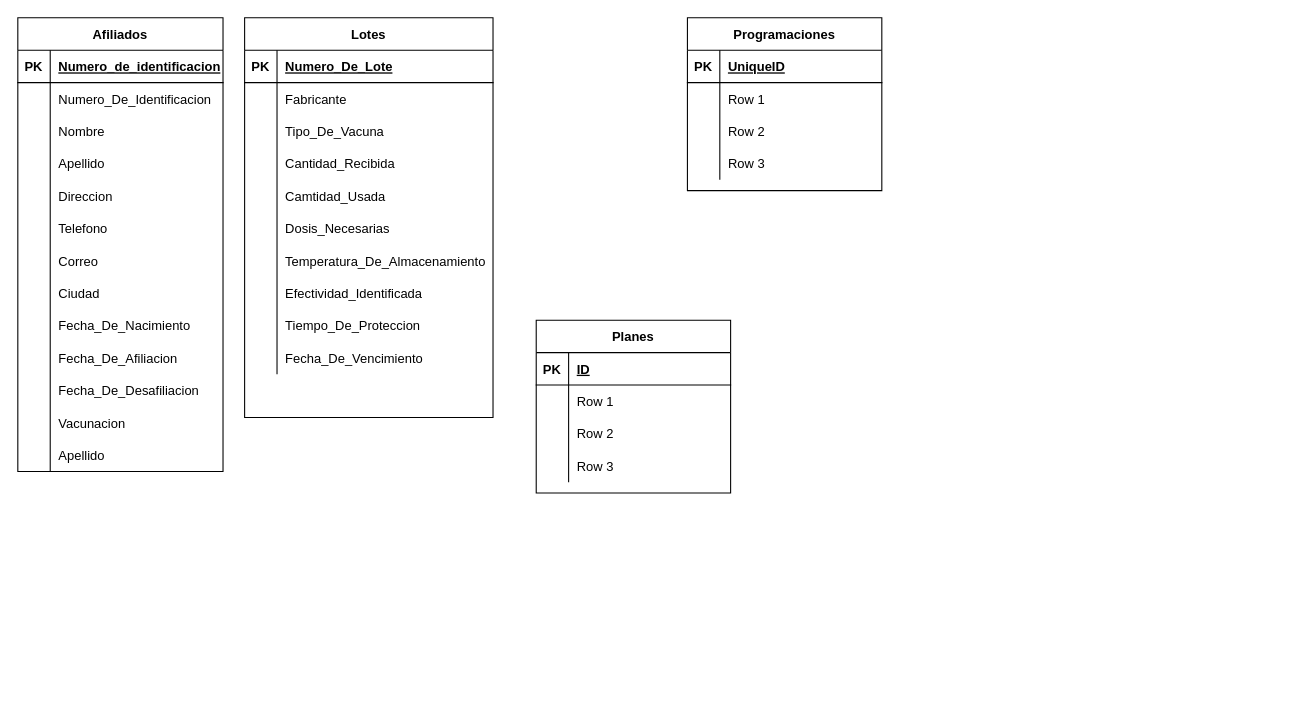
This is SISTEMA DE GESTIÓN DE VACUNACION .drawio from DavHRod/Proyecto-Final-POO-2021-1, a draw.io file, before an edit. Source tidied: cells renumbered, new cells numbered last; positions are measured from the earlier drawing's top-left corner, leaving out a move shared by most shapes. Both pictures are drawn from the tidied source at 108%, with x=0, y=0 at pixel (17, 17).
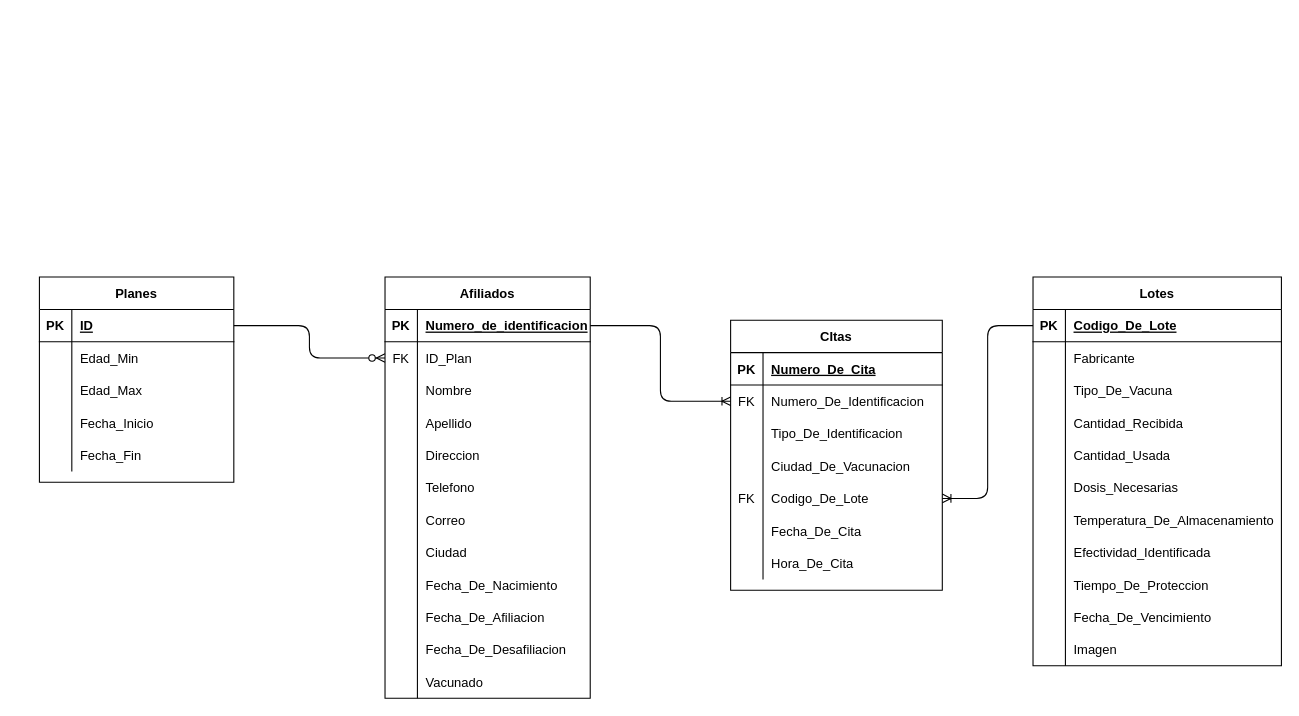
The same diagram, later.

Unchanged cells that the change refers to:
```xml
<mxCell id="3" style="shape=partialRectangle;fillColor=none;top=0;left=0;bottom=1;right=0;points=[[0,0.5],[1,0.5]];portConstraint=eastwest;" parent="2" vertex="1">
  <mxGeometry y="30" width="190" height="30" as="geometry" />
</mxCell>
<mxCell id="6" style="shape=partialRectangle;fillColor=none;top=0;left=0;bottom=0;right=0;points=[[0,0.5],[1,0.5]];portConstraint=eastwest;" parent="2" vertex="1">
  <mxGeometry y="60" width="190" height="30" as="geometry" />
</mxCell>
<mxCell id="36" style="shape=partialRectangle;fillColor=none;top=0;left=0;bottom=0;right=0;" parent="2" vertex="1">
  <mxGeometry y="360" width="190" height="30" as="geometry" />
</mxCell>
<mxCell id="43" style="shape=partialRectangle;fillColor=none;top=0;left=0;bottom=1;right=0;points=[[0,0.5],[1,0.5]];portConstraint=eastwest;" parent="42" vertex="1">
  <mxGeometry y="30" width="230" height="30" as="geometry" />
</mxCell>
<mxCell id="55" style="shape=partialRectangle;fillColor=none;top=0;left=0;bottom=0;right=0;" parent="42" vertex="1">
  <mxGeometry y="150" width="230" height="30" as="geometry" />
</mxCell>
<mxCell id="74" style="shape=partialRectangle;fillColor=none;top=0;left=0;bottom=1;right=0;points=[[0,0.5],[1,0.5]];portConstraint=eastwest;" parent="73" vertex="1">
  <mxGeometry y="30" width="180" height="30" as="geometry" />
</mxCell>
<mxCell id="77" style="shape=partialRectangle;fillColor=none;top=0;left=0;bottom=0;right=0;" parent="73" vertex="1">
  <mxGeometry y="60" width="180" height="30" as="geometry" />
</mxCell>
<mxCell id="80" style="shape=partialRectangle;fillColor=none;top=0;left=0;bottom=0;right=0;" parent="73" vertex="1">
  <mxGeometry y="90" width="180" height="30" as="geometry" />
</mxCell>
<mxCell id="83" style="shape=partialRectangle;fillColor=none;top=0;left=0;bottom=0;right=0;" parent="73" vertex="1">
  <mxGeometry y="120" width="180" height="30" as="geometry" />
</mxCell>
```

Change to the diagram source:
```diff
@@
     <mxCell id="2" value="Afiliados" style="shape=table;startSize=30;childLayout=tableLayout;rowLines=0;fontStyle=1;align=center;" parent="1" vertex="1">
-      <mxGeometry width="190" height="420" as="geometry" />
+      <mxGeometry x="340" y="240" width="190" height="390" as="geometry" />
     </mxCell>
@@
-    <mxCell id="7" style="shape=partialRectangle;fillColor=none;top=0;left=0;bottom=0;right=0;overflow=hidden;" parent="6" vertex="1">
-      <mxGeometry width="30" height="30" as="geometry" />
-    </mxCell>
-    <mxCell id="8" value="Numero_De_Identificacion" style="shape=partialRectangle;fillColor=none;top=0;left=0;bottom=0;right=0;align=left;spacingLeft=6;overflow=hidden;" parent="6" vertex="1">
-      <mxGeometry x="30" width="160" height="30" as="geometry" />
-    </mxCell>
+    <mxCell id="99" value="FK" style="shape=partialRectangle;fillColor=none;top=0;left=0;bottom=0;right=0;overflow=hidden;" parent="6" vertex="1">
+      <mxGeometry width="30" height="30" as="geometry" />
+    </mxCell>
+    <mxCell id="100" value="ID_Plan" style="shape=partialRectangle;fillColor=none;top=0;left=0;bottom=0;right=0;align=left;spacingLeft=6;overflow=hidden;" parent="6" vertex="1">
+      <mxGeometry x="30" width="160" height="30" as="geometry" />
+    </mxCell>
@@
-    <mxCell id="38" value="Vacunacion" style="shape=partialRectangle;fillColor=none;top=0;left=0;bottom=0;right=0;align=left;spacingLeft=6;overflow=hidden;" parent="36" vertex="1">
+    <mxCell id="38" value="Vacunado" style="shape=partialRectangle;fillColor=none;top=0;left=0;bottom=0;right=0;align=left;spacingLeft=6;overflow=hidden;" parent="36" vertex="1">
       <mxGeometry x="30" width="160" height="30" as="geometry" />
     </mxCell>
-    <mxCell id="39" style="shape=partialRectangle;fillColor=none;top=0;left=0;bottom=0;right=0;" parent="2" vertex="1">
-      <mxGeometry y="390" width="190" height="30" as="geometry" />
-    </mxCell>
-    <mxCell id="40" style="shape=partialRectangle;fillColor=none;top=0;left=0;bottom=0;right=0;overflow=hidden;" parent="39" vertex="1">
-      <mxGeometry width="30" height="30" as="geometry" />
-    </mxCell>
-    <mxCell id="41" value="Apellido" style="shape=partialRectangle;fillColor=none;top=0;left=0;bottom=0;right=0;align=left;spacingLeft=6;overflow=hidden;" parent="39" vertex="1">
-      <mxGeometry x="30" width="160" height="30" as="geometry" />
-    </mxCell>
     <mxCell id="42" value="Lotes" style="shape=table;startSize=30;childLayout=tableLayout;rowLines=0;fontStyle=1;align=center;" parent="1" vertex="1">
-      <mxGeometry x="210" width="230" height="370" as="geometry" />
+      <mxGeometry x="940" y="240" width="230" height="360" as="geometry" />
     </mxCell>
@@
-    <mxCell id="45" value="Numero_De_Lote" style="shape=partialRectangle;fillColor=none;top=0;left=0;bottom=0;right=0;align=left;spacingLeft=6;fontStyle=5;overflow=hidden;" parent="43" vertex="1">
+    <mxCell id="45" value="Codigo_De_Lote" style="shape=partialRectangle;fillColor=none;top=0;left=0;bottom=0;right=0;align=left;spacingLeft=6;fontStyle=5;overflow=hidden;" parent="43" vertex="1">
       <mxGeometry x="30" width="200" height="30" as="geometry" />
     </mxCell>
@@
-    <mxCell id="57" value="Camtidad_Usada" style="shape=partialRectangle;fillColor=none;top=0;left=0;bottom=0;right=0;align=left;spacingLeft=6;overflow=hidden;" parent="55" vertex="1">
+    <mxCell id="57" value="Cantidad_Usada" style="shape=partialRectangle;fillColor=none;top=0;left=0;bottom=0;right=0;align=left;spacingLeft=6;overflow=hidden;" parent="55" vertex="1">
       <mxGeometry x="30" width="200" height="30" as="geometry" />
     </mxCell>
@@
+    <mxCell id="101" style="shape=partialRectangle;fillColor=none;top=0;left=0;bottom=0;right=0;" parent="42" vertex="1">
+      <mxGeometry y="330" width="230" height="30" as="geometry" />
+    </mxCell>
+    <mxCell id="102" style="shape=partialRectangle;fillColor=none;top=0;left=0;bottom=0;right=0;overflow=hidden;" parent="101" vertex="1">
+      <mxGeometry width="30" height="30" as="geometry" />
+    </mxCell>
+    <mxCell id="103" value="Imagen" style="shape=partialRectangle;fillColor=none;top=0;left=0;bottom=0;right=0;align=left;spacingLeft=6;overflow=hidden;" parent="101" vertex="1">
+      <mxGeometry x="30" width="200" height="30" as="geometry" />
+    </mxCell>
     <mxCell id="73" value="Planes" style="shape=table;startSize=30;childLayout=tableLayout;rowLines=0;fontStyle=1;align=center;" parent="1" vertex="1">
-      <mxGeometry x="480" y="280" width="180" height="160" as="geometry" />
+      <mxGeometry x="20" y="240" width="180" height="190" as="geometry" />
     </mxCell>
@@
-    <mxCell id="79" value="Row 1" style="shape=partialRectangle;fillColor=none;top=0;left=0;bottom=0;right=0;align=left;spacingLeft=6;overflow=hidden;" parent="77" vertex="1">
+    <mxCell id="79" value="Edad_Min" style="shape=partialRectangle;fillColor=none;top=0;left=0;bottom=0;right=0;align=left;spacingLeft=6;overflow=hidden;" parent="77" vertex="1">
       <mxGeometry x="30" width="150" height="30" as="geometry" />
     </mxCell>
@@
-    <mxCell id="82" value="Row 2" style="shape=partialRectangle;fillColor=none;top=0;left=0;bottom=0;right=0;align=left;spacingLeft=6;overflow=hidden;" parent="80" vertex="1">
+    <mxCell id="82" value="Edad_Max" style="shape=partialRectangle;fillColor=none;top=0;left=0;bottom=0;right=0;align=left;spacingLeft=6;overflow=hidden;" parent="80" vertex="1">
       <mxGeometry x="30" width="150" height="30" as="geometry" />
     </mxCell>
@@
-    <mxCell id="85" value="Row 3" style="shape=partialRectangle;fillColor=none;top=0;left=0;bottom=0;right=0;align=left;spacingLeft=6;overflow=hidden;" parent="83" vertex="1">
+    <mxCell id="85" value="Fecha_Inicio" style="shape=partialRectangle;fillColor=none;top=0;left=0;bottom=0;right=0;align=left;spacingLeft=6;overflow=hidden;" parent="83" vertex="1">
       <mxGeometry x="30" width="150" height="30" as="geometry" />
     </mxCell>
+    <mxCell id="104" style="shape=partialRectangle;fillColor=none;top=0;left=0;bottom=0;right=0;" parent="73" vertex="1">
+      <mxGeometry y="150" width="180" height="30" as="geometry" />
+    </mxCell>
+    <mxCell id="105" style="shape=partialRectangle;fillColor=none;top=0;left=0;bottom=0;right=0;overflow=hidden;" parent="104" vertex="1">
+      <mxGeometry width="30" height="30" as="geometry" />
+    </mxCell>
+    <mxCell id="106" value="Fecha_Fin" style="shape=partialRectangle;fillColor=none;top=0;left=0;bottom=0;right=0;align=left;spacingLeft=6;overflow=hidden;" parent="104" vertex="1">
+      <mxGeometry x="30" width="150" height="30" as="geometry" />
+    </mxCell>
-    <mxCell id="86" value="Programaciones" style="shape=table;startSize=30;childLayout=tableLayout;rowLines=0;fontStyle=1;align=center;" parent="1" vertex="1">
-      <mxGeometry x="620" width="180" height="160" as="geometry" />
+    <mxCell id="86" value="CItas" style="shape=table;startSize=30;childLayout=tableLayout;rowLines=0;fontStyle=1;align=center;" parent="1" vertex="1">
+      <mxGeometry x="660" y="280" width="196" height="250" as="geometry" />
     </mxCell>
     <mxCell id="87" style="shape=partialRectangle;fillColor=none;top=0;left=0;bottom=1;right=0;" parent="86" vertex="1">
-      <mxGeometry y="30" width="180" height="30" as="geometry" />
+      <mxGeometry y="30" width="196" height="30" as="geometry" />
     </mxCell>
@@
-    <mxCell id="89" value="UniqueID" style="shape=partialRectangle;fillColor=none;top=0;left=0;bottom=0;right=0;align=left;spacingLeft=6;fontStyle=5;overflow=hidden;" parent="87" vertex="1">
-      <mxGeometry x="30" width="150" height="30" as="geometry" />
+    <mxCell id="89" value="Numero_De_Cita" style="shape=partialRectangle;fillColor=none;top=0;left=0;bottom=0;right=0;align=left;spacingLeft=6;fontStyle=5;overflow=hidden;" parent="87" vertex="1">
+      <mxGeometry x="30" width="166" height="30" as="geometry" />
     </mxCell>
     <mxCell id="90" style="shape=partialRectangle;fillColor=none;top=0;left=0;bottom=0;right=0;points=[[0,0.5],[1,0.5]];portConstraint=eastwest;" parent="86" vertex="1">
-      <mxGeometry y="60" width="180" height="30" as="geometry" />
+      <mxGeometry y="60" width="196" height="30" as="geometry" />
     </mxCell>
-    <mxCell id="91" style="shape=partialRectangle;fillColor=none;top=0;left=0;bottom=0;right=0;overflow=hidden;" parent="90" vertex="1">
+    <mxCell id="91" value="FK" style="shape=partialRectangle;fillColor=none;top=0;left=0;bottom=0;right=0;overflow=hidden;" parent="90" vertex="1">
       <mxGeometry width="30" height="30" as="geometry" />
     </mxCell>
-    <mxCell id="92" value="Row 1" style="shape=partialRectangle;fillColor=none;top=0;left=0;bottom=0;right=0;align=left;spacingLeft=6;overflow=hidden;" parent="90" vertex="1">
-      <mxGeometry x="30" width="150" height="30" as="geometry" />
+    <mxCell id="92" value="Numero_De_Identificacion" style="shape=partialRectangle;fillColor=none;top=0;left=0;bottom=0;right=0;align=left;spacingLeft=6;overflow=hidden;" parent="90" vertex="1">
+      <mxGeometry x="30" width="166" height="30" as="geometry" />
     </mxCell>
     <mxCell id="93" style="shape=partialRectangle;fillColor=none;top=0;left=0;bottom=0;right=0;" parent="86" vertex="1">
-      <mxGeometry y="90" width="180" height="30" as="geometry" />
+      <mxGeometry y="90" width="196" height="30" as="geometry" />
     </mxCell>
@@
-    <mxCell id="95" value="Row 2" style="shape=partialRectangle;fillColor=none;top=0;left=0;bottom=0;right=0;align=left;spacingLeft=6;overflow=hidden;" parent="93" vertex="1">
-      <mxGeometry x="30" width="150" height="30" as="geometry" />
+    <mxCell id="95" value="Tipo_De_Identificacion" style="shape=partialRectangle;fillColor=none;top=0;left=0;bottom=0;right=0;align=left;spacingLeft=6;overflow=hidden;" parent="93" vertex="1">
+      <mxGeometry x="30" width="166" height="30" as="geometry" />
     </mxCell>
     <mxCell id="96" style="shape=partialRectangle;fillColor=none;top=0;left=0;bottom=0;right=0;" parent="86" vertex="1">
-      <mxGeometry y="120" width="180" height="30" as="geometry" />
+      <mxGeometry y="120" width="196" height="30" as="geometry" />
     </mxCell>
@@
-    <mxCell id="98" value="Row 3" style="shape=partialRectangle;fillColor=none;top=0;left=0;bottom=0;right=0;align=left;spacingLeft=6;overflow=hidden;" parent="96" vertex="1">
-      <mxGeometry x="30" width="150" height="30" as="geometry" />
+    <mxCell id="98" value="Ciudad_De_Vacunacion" style="shape=partialRectangle;fillColor=none;top=0;left=0;bottom=0;right=0;align=left;spacingLeft=6;overflow=hidden;" parent="96" vertex="1">
+      <mxGeometry x="30" width="166" height="30" as="geometry" />
     </mxCell>
+    <mxCell id="107" style="shape=partialRectangle;fillColor=none;top=0;left=0;bottom=0;right=0;points=[[0,0.5],[1,0.5]];portConstraint=eastwest;" parent="86" vertex="1">
+      <mxGeometry y="150" width="196" height="30" as="geometry" />
+    </mxCell>
+    <mxCell id="108" value="FK" style="shape=partialRectangle;fillColor=none;top=0;left=0;bottom=0;right=0;overflow=hidden;" parent="107" vertex="1">
+      <mxGeometry width="30" height="30" as="geometry" />
+    </mxCell>
+    <mxCell id="109" value="Codigo_De_Lote" style="shape=partialRectangle;fillColor=none;top=0;left=0;bottom=0;right=0;align=left;spacingLeft=6;overflow=hidden;" parent="107" vertex="1">
+      <mxGeometry x="30" width="166" height="30" as="geometry" />
+    </mxCell>
+    <mxCell id="110" style="shape=partialRectangle;fillColor=none;top=0;left=0;bottom=0;right=0;" parent="86" vertex="1">
+      <mxGeometry y="180" width="196" height="30" as="geometry" />
+    </mxCell>
+    <mxCell id="111" style="shape=partialRectangle;fillColor=none;top=0;left=0;bottom=0;right=0;overflow=hidden;" parent="110" vertex="1">
+      <mxGeometry width="30" height="30" as="geometry" />
+    </mxCell>
+    <mxCell id="112" value="Fecha_De_Cita" style="shape=partialRectangle;fillColor=none;top=0;left=0;bottom=0;right=0;align=left;spacingLeft=6;overflow=hidden;" parent="110" vertex="1">
+      <mxGeometry x="30" width="166" height="30" as="geometry" />
+    </mxCell>
+    <mxCell id="113" style="shape=partialRectangle;fillColor=none;top=0;left=0;bottom=0;right=0;" parent="86" vertex="1">
+      <mxGeometry y="210" width="196" height="30" as="geometry" />
+    </mxCell>
+    <mxCell id="114" style="shape=partialRectangle;fillColor=none;top=0;left=0;bottom=0;right=0;overflow=hidden;" parent="113" vertex="1">
+      <mxGeometry width="30" height="30" as="geometry" />
+    </mxCell>
+    <mxCell id="115" value="Hora_De_Cita" style="shape=partialRectangle;fillColor=none;top=0;left=0;bottom=0;right=0;align=left;spacingLeft=6;overflow=hidden;" parent="113" vertex="1">
+      <mxGeometry x="30" width="166" height="30" as="geometry" />
+    </mxCell>
+    <mxCell id="116" style="edgeStyle=orthogonalEdgeStyle;fontSize=12;html=1;endArrow=ERoneToMany;fontColor=#000000;exitX=1;exitY=0.5;exitDx=0;exitDy=0;entryX=0;entryY=0.5;entryDx=0;entryDy=0;" parent="1" edge="1" source="3" target="90">
+      <mxGeometry relative="1" as="geometry" />
+    </mxCell>
+    <mxCell id="117" style="edgeStyle=orthogonalEdgeStyle;fontSize=12;html=1;endArrow=ERoneToMany;fontColor=#000000;entryX=1;entryY=0.5;entryDx=0;entryDy=0;exitX=0;exitY=0.5;exitDx=0;exitDy=0;" parent="1" edge="1" source="43" target="107">
+      <mxGeometry relative="1" as="geometry" />
+    </mxCell>
+    <mxCell id="118" style="edgeStyle=orthogonalEdgeStyle;fontSize=12;html=1;endArrow=ERzeroToMany;endFill=1;fontColor=#000000;entryX=0;entryY=0.5;entryDx=0;entryDy=0;" parent="1" edge="1" source="74" target="6">
+      <mxGeometry relative="1" as="geometry" />
+    </mxCell>
```
